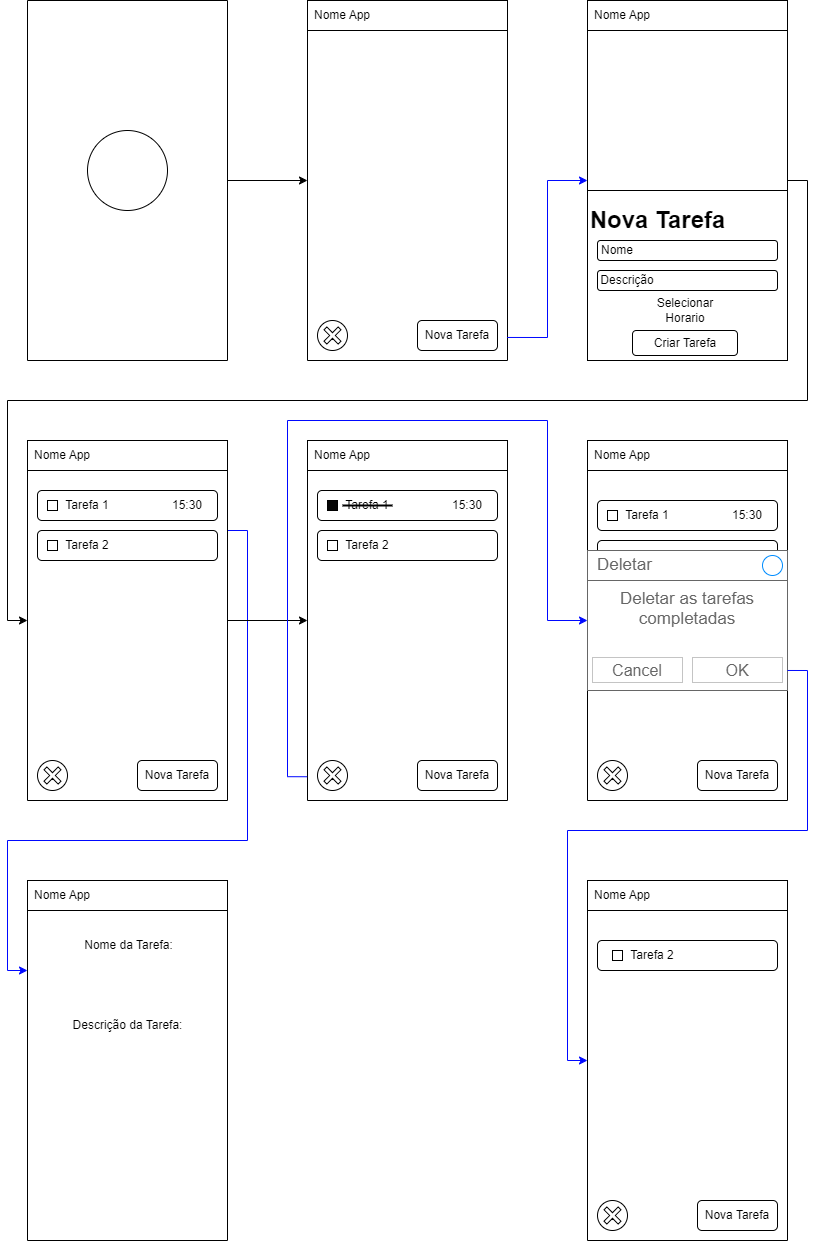
This is wireframe-app.drawio.png from Matheus-SS25/To-Do-List, a draw.io export, as it was before one commit. Source tidied: cells renumbered, new cells last; positions are measured from the earlier drawing's top-left corner, leaving out a move shared by most shapes.
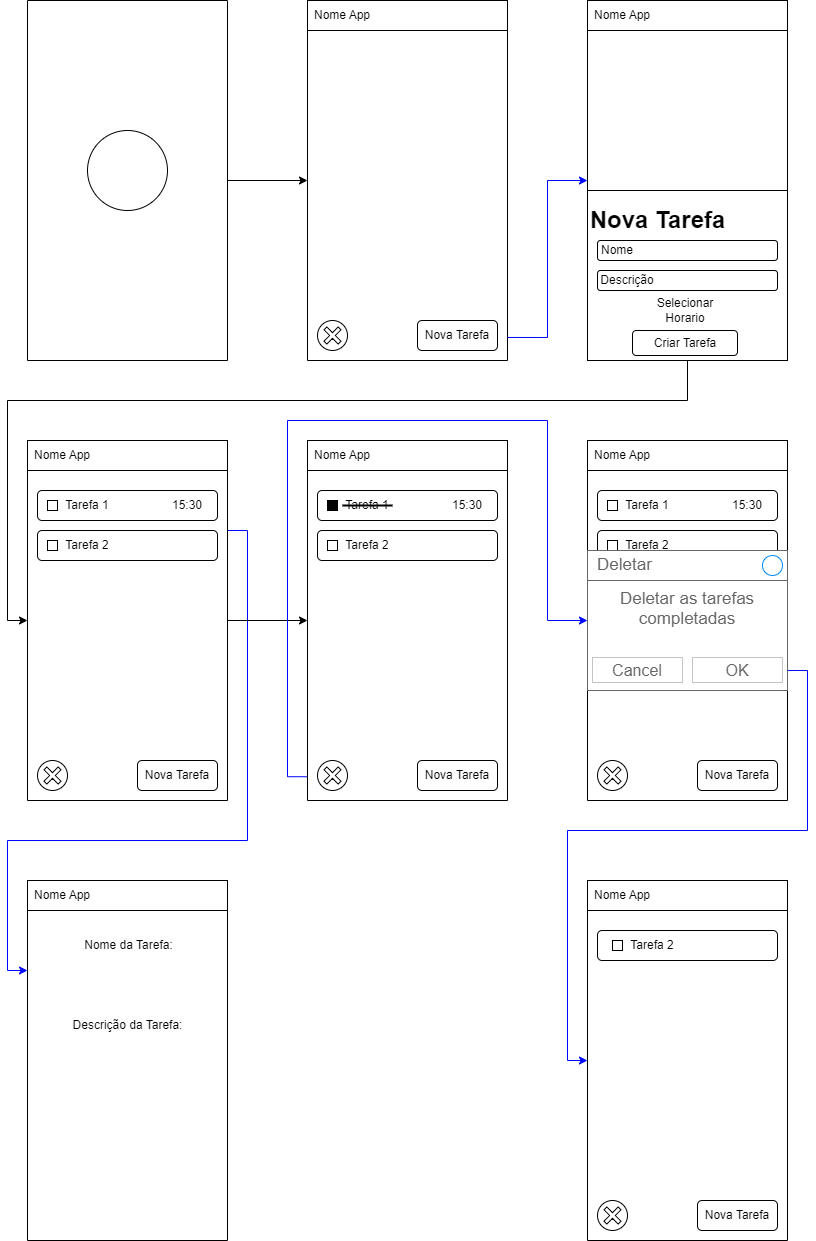
After the change.

What changed in the source:
```diff
@@ -32,8 +32,14 @@
     <mxCell id="11" value="Nome App" style="text;html=1;strokeColor=none;fillColor=none;align=center;verticalAlign=middle;whiteSpace=wrap;rounded=0;" parent="1" vertex="1">
       <mxGeometry x="280" width="70" height="30" as="geometry" />
     </mxCell>
-    <mxCell id="12" style="edgeStyle=orthogonalEdgeStyle;rounded=0;jettySize=auto;html=1;exitX=1;exitY=0.5;exitDx=0;exitDy=0;entryX=0;entryY=0.5;entryDx=0;entryDy=0;" parent="1" edge="1" source="13" target="27">
-      <mxGeometry relative="1" as="geometry" />
+    <mxCell id="12" style="edgeStyle=orthogonalEdgeStyle;rounded=0;jettySize=auto;html=1;exitX=0.5;exitY=1;exitDx=0;exitDy=0;entryX=0;entryY=0.5;entryDx=0;entryDy=0;" parent="1" edge="1" source="13" target="27">
+      <mxGeometry relative="1" as="geometry">
+        <Array as="points">
+          <mxPoint x="660" y="400" />
+          <mxPoint x="-20" y="400" />
+          <mxPoint x="-20" y="620" />
+        </Array>
+      </mxGeometry>
     </mxCell>
     <mxCell id="13" style="swimlane;startSize=0;" parent="1" vertex="1">
       <mxGeometry x="560" width="200" height="360" as="geometry" />
@@ -156,25 +162,25 @@
       <mxGeometry width="70" height="30" as="geometry" />
     </mxCell>
     <mxCell id="53" style="rounded=1;whiteSpace=wrap;html=1;" parent="46" vertex="1">
-      <mxGeometry x="10" y="60" width="180" height="30" as="geometry" />
+      <mxGeometry x="10" y="50" width="180" height="30" as="geometry" />
     </mxCell>
     <mxCell id="54" style="rounded=0;whiteSpace=wrap;html=1;" parent="46" vertex="1">
-      <mxGeometry x="20" y="70" width="10" height="10" as="geometry" />
+      <mxGeometry x="20" y="60" width="10" height="10" as="geometry" />
     </mxCell>
     <mxCell id="55" value="Tarefa 1" style="text;html=1;strokeColor=none;fillColor=none;align=center;verticalAlign=middle;whiteSpace=wrap;rounded=0;" parent="46" vertex="1">
-      <mxGeometry x="30" y="60" width="60" height="30" as="geometry" />
+      <mxGeometry x="30" y="50" width="60" height="30" as="geometry" />
     </mxCell>
     <mxCell id="56" value="15:30" style="text;html=1;strokeColor=none;fillColor=none;align=center;verticalAlign=middle;whiteSpace=wrap;rounded=0;" parent="46" vertex="1">
-      <mxGeometry x="130" y="60" width="60" height="30" as="geometry" />
+      <mxGeometry x="130" y="50" width="60" height="30" as="geometry" />
     </mxCell>
     <mxCell id="57" style="rounded=1;whiteSpace=wrap;html=1;" parent="46" vertex="1">
-      <mxGeometry x="10" y="100" width="180" height="30" as="geometry" />
+      <mxGeometry x="10" y="90" width="180" height="30" as="geometry" />
     </mxCell>
     <mxCell id="58" style="rounded=0;whiteSpace=wrap;html=1;" parent="46" vertex="1">
-      <mxGeometry x="20" y="110" width="10" height="10" as="geometry" />
+      <mxGeometry x="20" y="100" width="10" height="10" as="geometry" />
     </mxCell>
     <mxCell id="59" value="Tarefa 2" style="text;html=1;strokeColor=none;fillColor=none;align=center;verticalAlign=middle;whiteSpace=wrap;rounded=0;" parent="46" vertex="1">
-      <mxGeometry x="30" y="100" width="60" height="30" as="geometry" />
+      <mxGeometry x="30" y="90" width="60" height="30" as="geometry" />
     </mxCell>
     <mxCell id="60" value="Deletar as tarefas completadas" style="strokeWidth=1;shadow=0;dashed=0;align=center;html=1;shape=mxgraph.mockup.containers.rrect;rSize=0;strokeColor=#666666;fontColor=#666666;fontSize=17;verticalAlign=top;whiteSpace=wrap;fillColor=#ffffff;spacingTop=32;" parent="46" vertex="1">
       <mxGeometry y="110" width="200" height="140" as="geometry" />
@@ -267,13 +273,13 @@
       <mxGeometry x="110" y="320" width="80" height="30" as="geometry" />
     </mxCell>
     <mxCell id="88" style="rounded=1;whiteSpace=wrap;html=1;" parent="82" vertex="1">
-      <mxGeometry x="10" y="60" width="180" height="30" as="geometry" />
+      <mxGeometry x="10" y="50" width="180" height="30" as="geometry" />
     </mxCell>
     <mxCell id="89" style="rounded=0;whiteSpace=wrap;html=1;" parent="82" vertex="1">
-      <mxGeometry x="25" y="70" width="10" height="10" as="geometry" />
+      <mxGeometry x="25" y="60" width="10" height="10" as="geometry" />
     </mxCell>
     <mxCell id="90" value="Tarefa 2" style="text;html=1;strokeColor=none;fillColor=none;align=center;verticalAlign=middle;whiteSpace=wrap;rounded=0;" parent="82" vertex="1">
-      <mxGeometry x="35" y="60" width="60" height="30" as="geometry" />
+      <mxGeometry x="35" y="50" width="60" height="30" as="geometry" />
     </mxCell>
     <mxCell id="91" value="Nome App" style="text;html=1;strokeColor=none;fillColor=none;align=center;verticalAlign=middle;whiteSpace=wrap;rounded=0;" parent="1" vertex="1">
       <mxGeometry x="560" y="880" width="70" height="30" as="geometry" />
```
